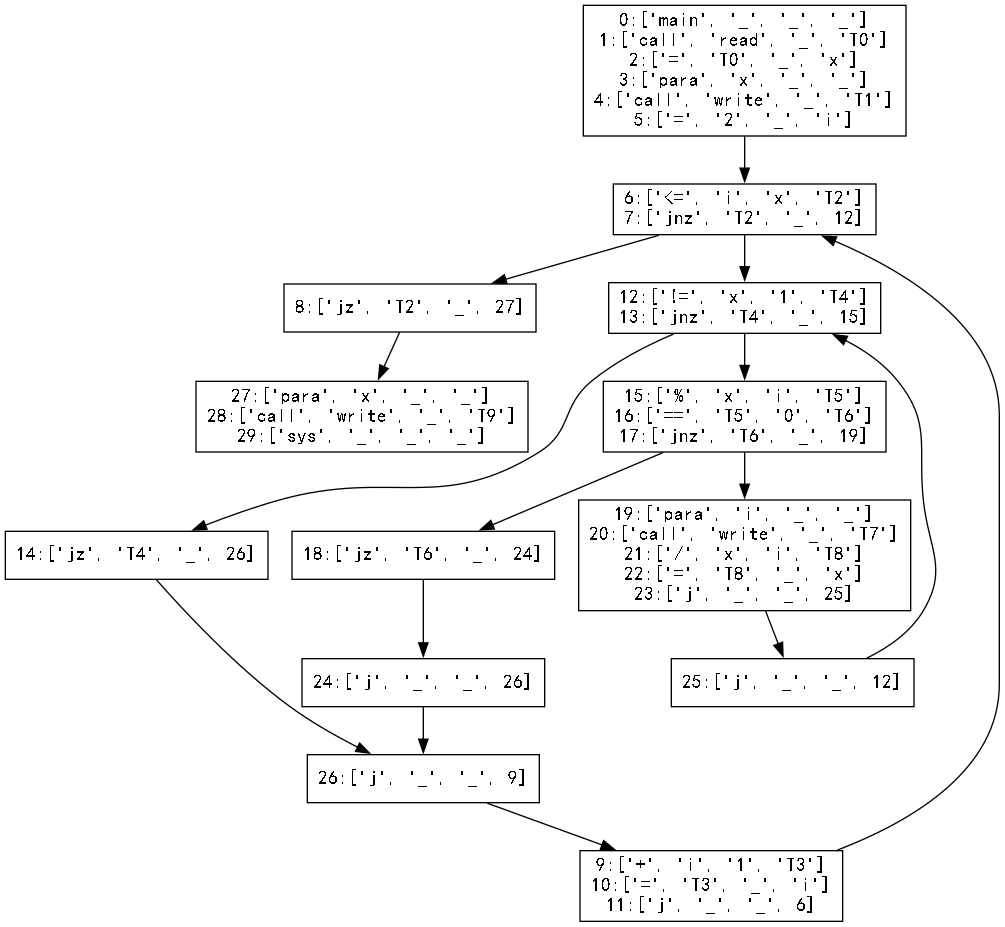
Above: Basic_Block/basic_block.gv.png in hutao99/compiler (Graphviz), before the change. Its source is kept beside it as Basic_Block/basic_block.gv.
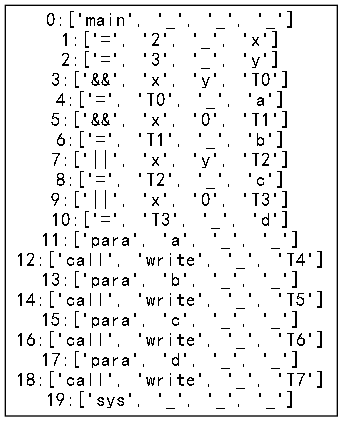
The same diagram one commit later.

Diff of the diagram source:
```diff
@@ -1,60 +1,23 @@
 digraph "./Basic_Block/basic_block" {
 	0 [label="0:['main', '_', '_', '_']
-1:['call', 'read', '_', 'T0']
-2:['=', 'T0', '_', 'x']
-3:['para', 'x', '_', '_']
-4:['call', 'write', '_', 'T1']
-5:['=', '2', '_', 'i']
+1:['=', '2', '_', 'x']
+2:['=', '3', '_', 'y']
+3:['&&', 'x', 'y', 'T0']
+4:['=', 'T0', '_', 'a']
+5:['&&', 'x', '0', 'T1']
+6:['=', 'T1', '_', 'b']
+7:['||', 'x', 'y', 'T2']
+8:['=', 'T2', '_', 'c']
+9:['||', 'x', '0', 'T3']
+10:['=', 'T3', '_', 'd']
+11:['para', 'a', '_', '_']
+12:['call', 'write', '_', 'T4']
+13:['para', 'b', '_', '_']
+14:['call', 'write', '_', 'T5']
+15:['para', 'c', '_', '_']
+16:['call', 'write', '_', 'T6']
+17:['para', 'd', '_', '_']
+18:['call', 'write', '_', 'T7']
+19:['sys', '_', '_', '_']
 " fontname=SimHei shape=rectangle]
-	1 [label="6:['<=', 'i', 'x', 'T2']
-7:['jnz', 'T2', '_', 12]
-" fontname=SimHei shape=rectangle]
-	2 [label="8:['jz', 'T2', '_', 27]
-" fontname=SimHei shape=rectangle]
-	3 [label="9:['+', 'i', '1', 'T3']
-10:['=', 'T3', '_', 'i']
-11:['j', '_', '_', 6]
-" fontname=SimHei shape=rectangle]
-	4 [label="12:['!=', 'x', '1', 'T4']
-13:['jnz', 'T4', '_', 15]
-" fontname=SimHei shape=rectangle]
-	5 [label="14:['jz', 'T4', '_', 26]
-" fontname=SimHei shape=rectangle]
-	6 [label="15:['%', 'x', 'i', 'T5']
-16:['==', 'T5', '0', 'T6']
-17:['jnz', 'T6', '_', 19]
-" fontname=SimHei shape=rectangle]
-	7 [label="18:['jz', 'T6', '_', 24]
-" fontname=SimHei shape=rectangle]
-	8 [label="19:['para', 'i', '_', '_']
-20:['call', 'write', '_', 'T7']
-21:['/', 'x', 'i', 'T8']
-22:['=', 'T8', '_', 'x']
-23:['j', '_', '_', 25]
-" fontname=SimHei shape=rectangle]
-	9 [label="24:['j', '_', '_', 26]
-" fontname=SimHei shape=rectangle]
-	10 [label="25:['j', '_', '_', 12]
-" fontname=SimHei shape=rectangle]
-	11 [label="26:['j', '_', '_', 9]
-" fontname=SimHei shape=rectangle]
-	12 [label="27:['para', 'x', '_', '_']
-28:['call', 'write', '_', 'T9']
-29:['sys', '_', '_', '_']
-" fontname=SimHei shape=rectangle]
-	0 -> 1
-	1 -> 4
-	1 -> 2
-	2 -> 12
-	3 -> 1
-	4 -> 6
-	4 -> 5
-	5 -> 11
-	6 -> 8
-	6 -> 7
-	7 -> 9
-	8 -> 10
-	9 -> 11
-	10 -> 4
-	11 -> 3
 }
```
